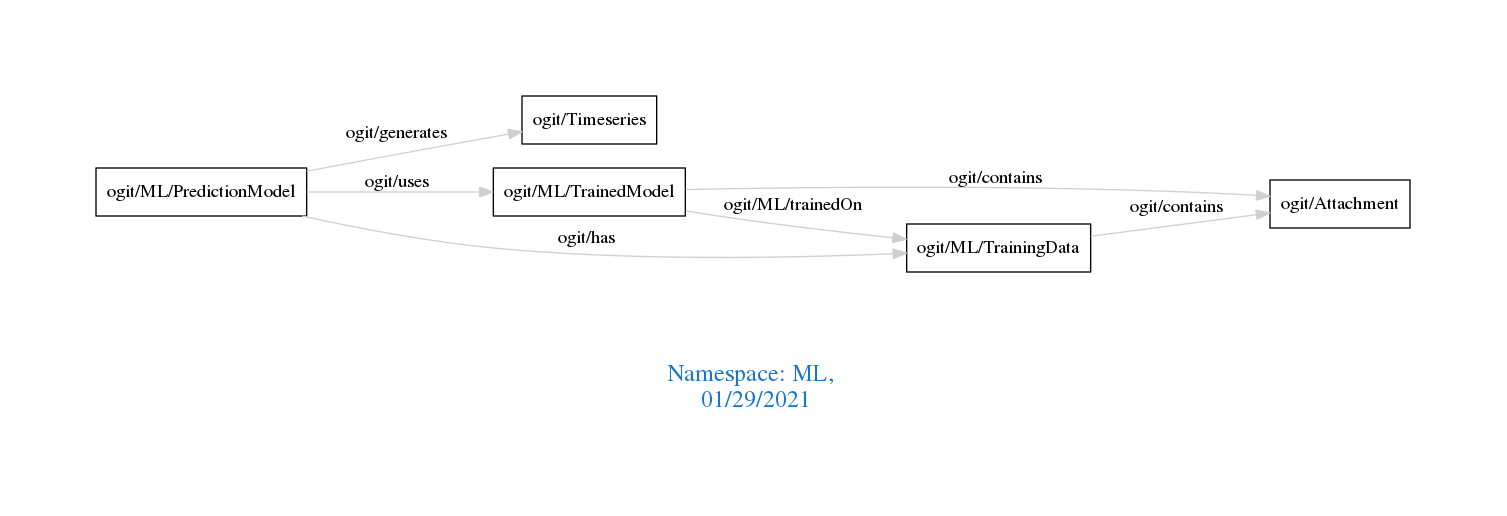
Before: downloads/ML.png, a diagram exported from Graphviz (arago/OGIT). Its source is kept beside it as downloads/ML.dot.
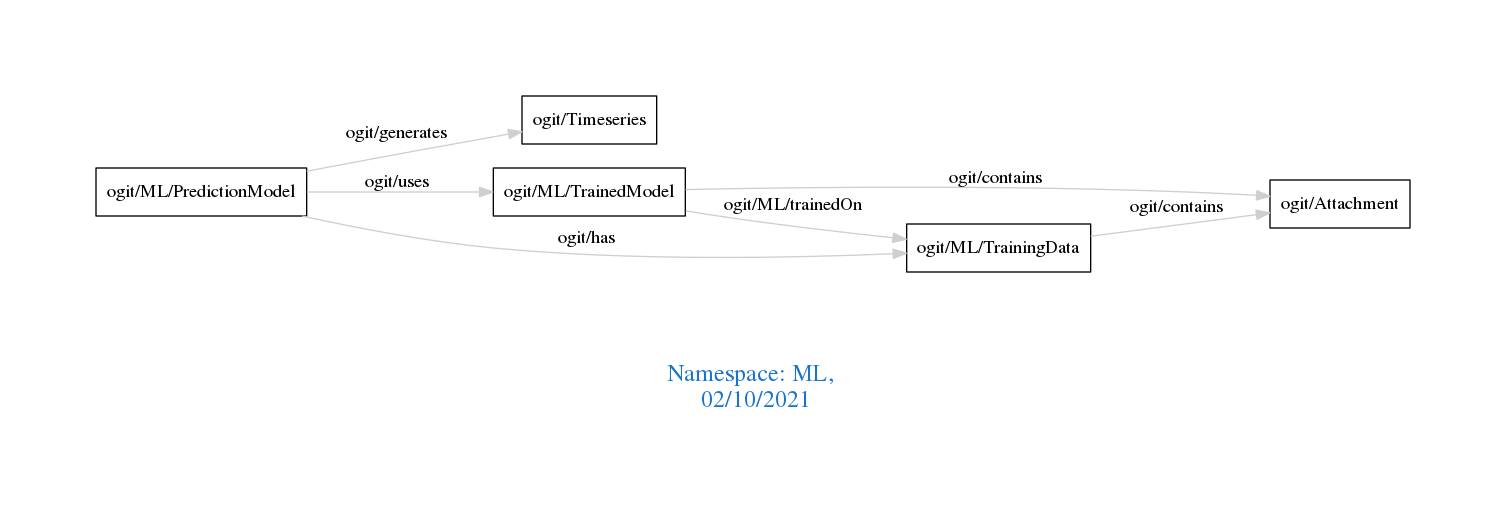
After the commit.

Change to the diagram source:
```diff
@@ -1,7 +1,7 @@
 digraph OGIT_ontology {
  graph [ rankdir= LR,pad=1
 fontsize = 18,
-fontcolor= dodgerblue3,label = "\n\n\nNamespace: ML, \n 01/29/2021"];
+fontcolor= dodgerblue3,label = "\n\n\nNamespace: ML, \n 02/10/2021"];
 node[shape=polygon];
 edge [  color="gray81"];
 
```
